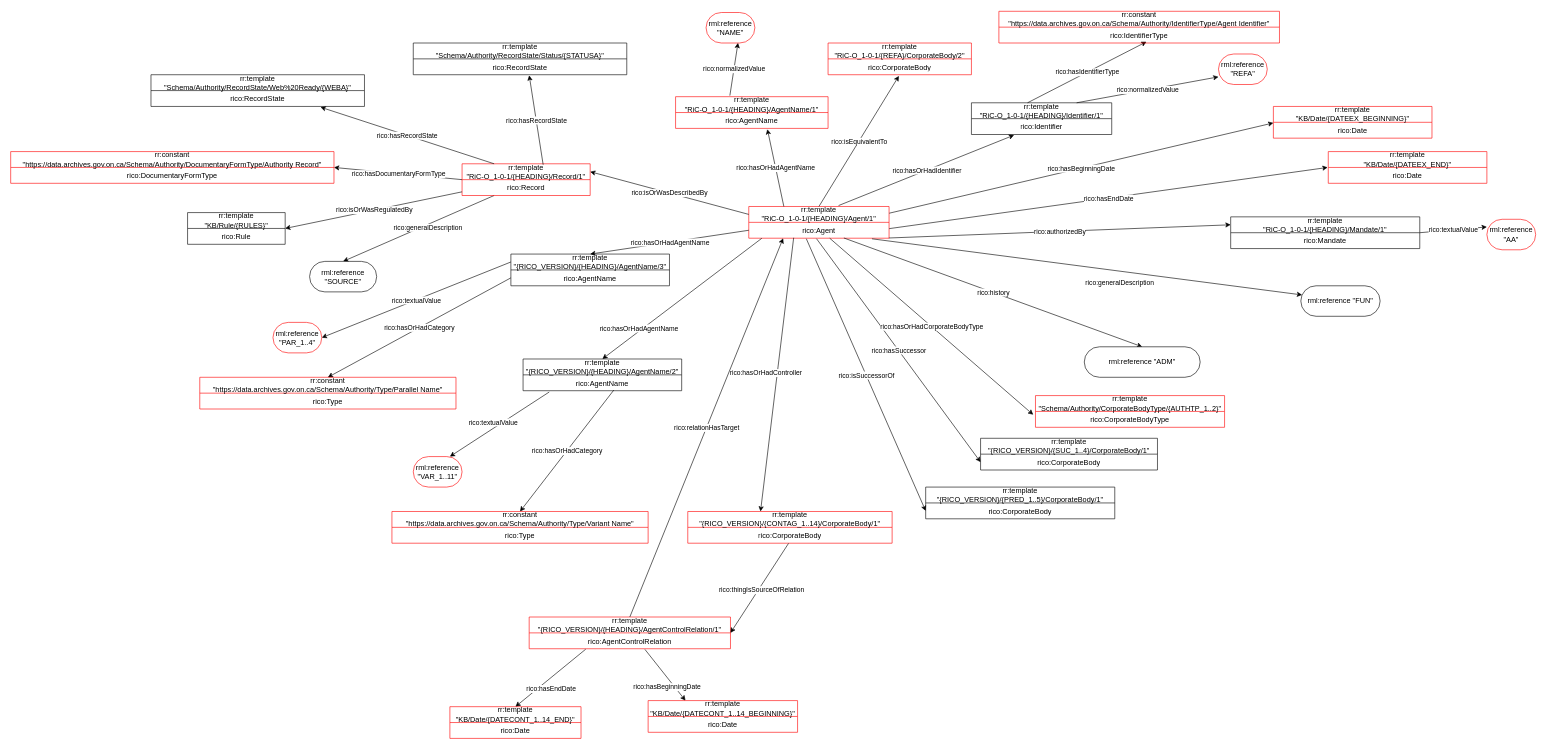
Above: gbad/schema/authority/General Authority to RiC-O Model_2024-10-18_PZ.drawio in gbad-project/records_in_contexts_draw_io_parser (draw.io), before the change. Source tidied: cells renumbered, new cells numbered last; positions are measured from the earlier drawing's top-left corner, leaving out a move shared by most shapes. Both pictures are drawn from the tidied source at 61%, with x=0, y=0 at pixel (10, 11).
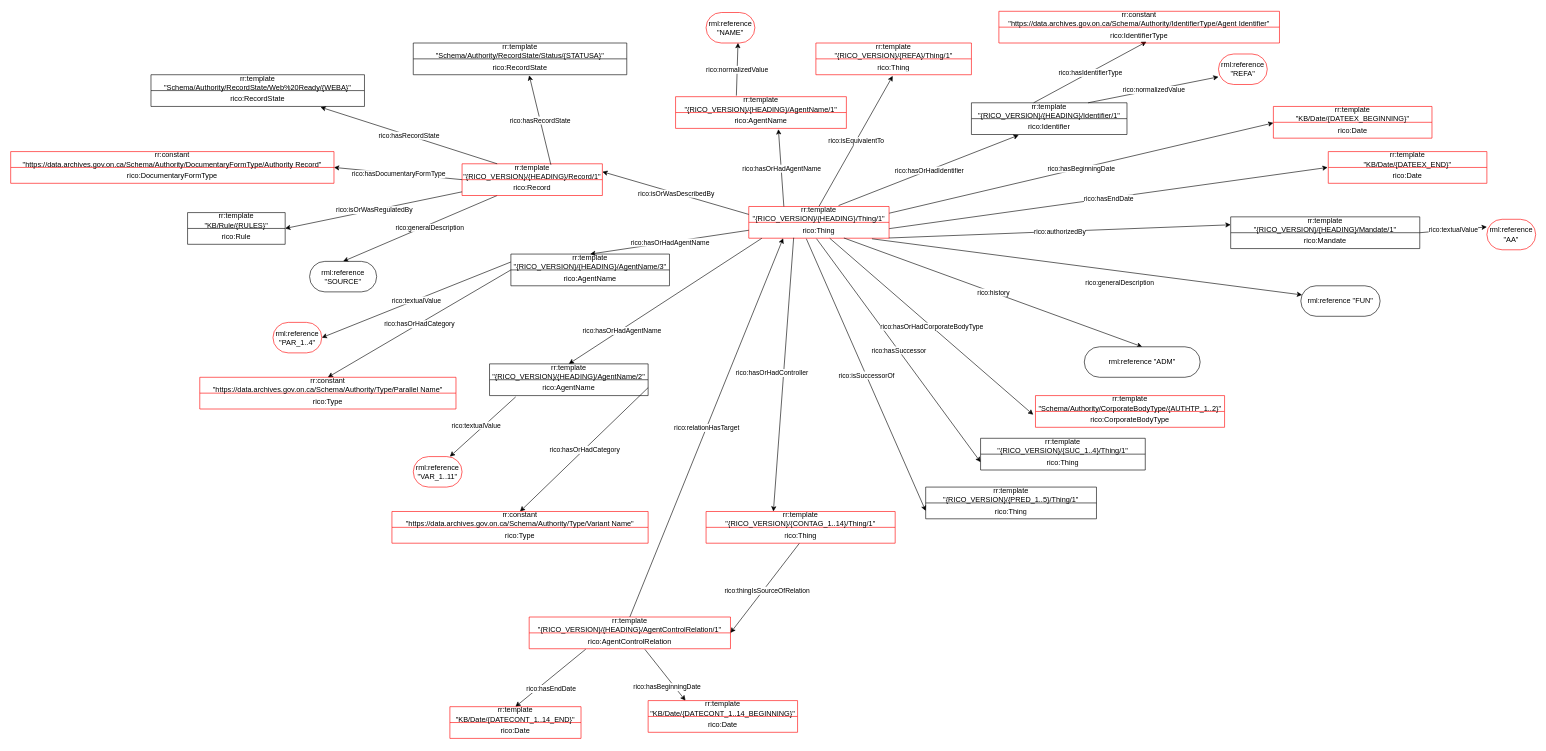
Above is the later version.

Commit message (it also covers changes not shown here):
Polish general authority drawio graph

Enforced {RICO_VERSION}, checked URIs, and set rico:Thing
as class (because different Agents or Place can be generated).

The drawio looks good to me at this point.

The change refers to these unchanged cells:
```xml
<mxCell id="91" value="rico:AgentName&lt;div&gt;&lt;br&gt;&lt;/div&gt;" style="text;strokeColor=none;fillColor=none;align=center;verticalAlign=top;spacingLeft=4;spacingRight=4;overflow=hidden;points=[[0,0.5],[1,0.5]];portConstraint=eastwest;whiteSpace=wrap;html=1;" parent="90" vertex="1">
  <mxGeometry y="26" width="260" height="26" as="geometry" />
</mxCell>
<mxCell id="105" value="&lt;div&gt;&lt;span style=&quot;background-color: initial;&quot;&gt;rr:template&lt;br&gt;&quot;&lt;/span&gt;{RICO_VERSION}&lt;span style=&quot;background-color: initial;&quot;&gt;/&lt;/span&gt;{HEADING}/AgentName/3&quot;&lt;/div&gt;" style="swimlane;fontStyle=0;horizontal=1;startSize=26;fillColor=none;whiteSpace=wrap;html=1;" parent="1" vertex="1">
  <mxGeometry x="820" y="398" width="260" height="52" as="geometry" />
</mxCell>
<mxCell id="106" value="rico:AgentName&lt;div&gt;&lt;br&gt;&lt;/div&gt;" style="text;strokeColor=none;fillColor=none;align=center;verticalAlign=top;spacingLeft=4;spacingRight=4;overflow=hidden;points=[[0,0.5],[1,0.5]];portConstraint=eastwest;whiteSpace=wrap;html=1;" parent="105" vertex="1">
  <mxGeometry y="26" width="260" height="26" as="geometry" />
</mxCell>
<mxCell id="109" value="rr:constant&lt;br&gt;&quot;https://data.archives.gov.on.ca/Schema/Authority/Type/Parallel Name&quot;" style="swimlane;fontStyle=0;horizontal=1;startSize=26;fillColor=none;whiteSpace=wrap;html=1;strokeColor=#FF0000;" parent="1" vertex="1">
  <mxGeometry x="310" y="600" width="420" height="52" as="geometry" />
</mxCell>
<mxCell id="120" value="rr:constant&lt;br&gt;&quot;https://data.archives.gov.on.ca/Schema/Authority/Type/Variant Name&quot;" style="swimlane;fontStyle=0;horizontal=1;startSize=26;fillColor=none;whiteSpace=wrap;html=1;strokeColor=#FF0000;" parent="1" vertex="1">
  <mxGeometry x="625" y="820" width="420" height="52" as="geometry" />
</mxCell>
```

The edit, as a diff of the source:
```diff
@@
-    <mxCell id="2" value="&lt;div&gt;&lt;span style=&quot;background-color: initial;&quot;&gt;rr:template&lt;br&gt;&quot;RiC-O_1-0-1/&lt;/span&gt;{HEADING}/Agent/1&quot;&lt;/div&gt;" style="swimlane;fontStyle=0;horizontal=1;startSize=26;fillColor=none;whiteSpace=wrap;html=1;strokeColor=#FF0000;" parent="1" vertex="1">
+    <mxCell id="2" value="&lt;div&gt;&lt;span style=&quot;background-color: initial;&quot;&gt;rr:template&lt;br&gt;&quot;&lt;/span&gt;{RICO_VERSION}&lt;span style=&quot;background-color: initial;&quot;&gt;/&lt;/span&gt;{HEADING}/Thing/1&quot;&lt;/div&gt;" style="swimlane;fontStyle=0;horizontal=1;startSize=26;fillColor=none;whiteSpace=wrap;html=1;strokeColor=#FF0000;" parent="1" vertex="1">
       <mxGeometry x="1210" y="320" width="230" height="52" as="geometry" />
     </mxCell>
-    <mxCell id="3" value="rico:Agent" style="text;strokeColor=none;fillColor=none;align=center;verticalAlign=top;spacingLeft=4;spacingRight=4;overflow=hidden;points=[[0,0.5],[1,0.5]];portConstraint=eastwest;whiteSpace=wrap;html=1;" parent="2" vertex="1">
+    <mxCell id="3" value="rico:Thing" style="text;strokeColor=none;fillColor=none;align=center;verticalAlign=top;spacingLeft=4;spacingRight=4;overflow=hidden;points=[[0,0.5],[1,0.5]];portConstraint=eastwest;whiteSpace=wrap;html=1;" parent="2" vertex="1">
       <mxGeometry y="26" width="230" height="26" as="geometry" />
     </mxCell>
@@
-    <mxCell id="7" value="&lt;span style=&quot;background-color: initial;&quot;&gt;rr:template&lt;br&gt;&quot;RiC-O_1-0-1/&lt;/span&gt;{HEADING}/Identifier/1&quot;" style="swimlane;fontStyle=0;horizontal=1;startSize=26;fillColor=none;whiteSpace=wrap;html=1;" parent="1" vertex="1">
-      <mxGeometry x="1575" y="150" width="230" height="52" as="geometry" />
+    <mxCell id="7" value="&lt;span style=&quot;background-color: initial;&quot;&gt;rr:template&lt;br&gt;&quot;&lt;/span&gt;{RICO_VERSION}&lt;span style=&quot;background-color: initial;&quot;&gt;/&lt;/span&gt;{HEADING}/Identifier/1&quot;" style="swimlane;fontStyle=0;horizontal=1;startSize=26;fillColor=none;whiteSpace=wrap;html=1;" parent="1" vertex="1">
+      <mxGeometry x="1575" y="150" width="255" height="52" as="geometry" />
     </mxCell>
     <mxCell id="8" value="rico:Identifier&lt;div&gt;&lt;br&gt;&lt;/div&gt;" style="text;strokeColor=none;fillColor=none;align=center;verticalAlign=top;spacingLeft=4;spacingRight=4;overflow=hidden;points=[[0,0.5],[1,0.5]];portConstraint=eastwest;whiteSpace=wrap;html=1;" parent="7" vertex="1">
-      <mxGeometry y="26" width="230" height="26" as="geometry" />
+      <mxGeometry y="26" width="255" height="26" as="geometry" />
     </mxCell>
@@
-    <mxCell id="13" value="&lt;div&gt;&lt;span style=&quot;background-color: initial;&quot;&gt;rr:template&lt;br&gt;&quot;RiC-O_1-0-1/&lt;/span&gt;{HEADING}/AgentName/1&quot;&lt;/div&gt;" style="swimlane;fontStyle=0;horizontal=1;startSize=26;fillColor=none;whiteSpace=wrap;html=1;strokeColor=#FF0000;" parent="1" vertex="1">
-      <mxGeometry x="1090" y="140" width="250" height="52" as="geometry" />
+    <mxCell id="13" value="&lt;div&gt;&lt;span style=&quot;background-color: initial;&quot;&gt;rr:template&lt;br&gt;&quot;&lt;/span&gt;{RICO_VERSION}&lt;span style=&quot;background-color: initial;&quot;&gt;/&lt;/span&gt;{HEADING}/AgentName/1&quot;&lt;/div&gt;" style="swimlane;fontStyle=0;horizontal=1;startSize=26;fillColor=none;whiteSpace=wrap;html=1;strokeColor=#FF0000;" parent="1" vertex="1">
+      <mxGeometry x="1090" y="140" width="280" height="52" as="geometry" />
     </mxCell>
     <mxCell id="14" value="rico:AgentName&lt;div&gt;&lt;br&gt;&lt;/div&gt;" style="text;strokeColor=none;fillColor=none;align=center;verticalAlign=top;spacingLeft=4;spacingRight=4;overflow=hidden;points=[[0,0.5],[1,0.5]];portConstraint=eastwest;whiteSpace=wrap;html=1;" parent="13" vertex="1">
-      <mxGeometry y="26" width="250" height="26" as="geometry" />
+      <mxGeometry y="26" width="280" height="26" as="geometry" />
     </mxCell>
@@
-    <mxCell id="25" value="&lt;span style=&quot;background-color: initial;&quot;&gt;rr:template&lt;br&gt;&quot;RiC-O_1-0-1/&lt;/span&gt;{HEADING}/Mandate/1&quot;" style="swimlane;fontStyle=0;horizontal=1;startSize=26;fillColor=none;whiteSpace=wrap;html=1;" parent="1" vertex="1">
+    <mxCell id="25" value="&lt;span style=&quot;background-color: initial;&quot;&gt;rr:template&lt;br&gt;&quot;&lt;/span&gt;{RICO_VERSION}&lt;span style=&quot;background-color: initial;&quot;&gt;/&lt;/span&gt;{HEADING}/Mandate/1&quot;" style="swimlane;fontStyle=0;horizontal=1;startSize=26;fillColor=none;whiteSpace=wrap;html=1;" parent="1" vertex="1">
       <mxGeometry x="2000" y="337" width="310" height="52" as="geometry" />
     </mxCell>
@@
-    <mxCell id="35" value="&lt;span style=&quot;background-color: initial;&quot;&gt;rr:template&lt;br&gt;&quot;RiC-O_1-0-1/&lt;/span&gt;{HEADING}/Record/1&quot;" style="swimlane;fontStyle=0;horizontal=1;startSize=26;fillColor=none;whiteSpace=wrap;html=1;strokeColor=#FF0000;" parent="1" vertex="1">
-      <mxGeometry x="740" y="250" width="210" height="52" as="geometry" />
+    <mxCell id="35" value="&lt;span style=&quot;background-color: initial;&quot;&gt;rr:template&lt;br&gt;&quot;&lt;/span&gt;{RICO_VERSION}&lt;span style=&quot;background-color: initial;&quot;&gt;/&lt;/span&gt;{HEADING}/Record/1&quot;" style="swimlane;fontStyle=0;horizontal=1;startSize=26;fillColor=none;whiteSpace=wrap;html=1;strokeColor=#FF0000;" parent="1" vertex="1">
+      <mxGeometry x="740" y="250" width="230" height="52" as="geometry" />
     </mxCell>
     <mxCell id="36" value="rico:Record" style="text;strokeColor=none;fillColor=none;align=center;verticalAlign=top;spacingLeft=4;spacingRight=4;overflow=hidden;points=[[0,0.5],[1,0.5]];portConstraint=eastwest;whiteSpace=wrap;html=1;" parent="35" vertex="1">
-      <mxGeometry y="26" width="210" height="26" as="geometry" />
+      <mxGeometry y="26" width="230" height="26" as="geometry" />
     </mxCell>
@@
-    <mxCell id="58" value="rr:template&lt;br&gt;&lt;span style=&quot;background-color: initial;&quot;&gt;&quot;RiC-O_1-0-1/{REFA}/CorporateBody/2&quot;&lt;/span&gt;" style="swimlane;fontStyle=0;horizontal=1;startSize=26;fillColor=none;whiteSpace=wrap;html=1;strokeColor=#FF0000;" parent="1" vertex="1">
-      <mxGeometry x="1340" y="52" width="235" height="52" as="geometry" />
+    <mxCell id="58" value="rr:template&lt;br&gt;&lt;span style=&quot;background-color: initial;&quot;&gt;&quot;&lt;/span&gt;{RICO_VERSION}&lt;span style=&quot;background-color: initial;&quot;&gt;/{REFA}/Thing/1&quot;&lt;/span&gt;" style="swimlane;fontStyle=0;horizontal=1;startSize=26;fillColor=none;whiteSpace=wrap;html=1;strokeColor=#FF0000;" parent="1" vertex="1">
+      <mxGeometry x="1320" y="52" width="255" height="52" as="geometry" />
     </mxCell>
-    <mxCell id="59" value="rico:CorporateBody" style="text;strokeColor=none;fillColor=none;align=center;verticalAlign=top;spacingLeft=4;spacingRight=4;overflow=hidden;points=[[0,0.5],[1,0.5]];portConstraint=eastwest;whiteSpace=wrap;html=1;" parent="58" vertex="1">
-      <mxGeometry y="26" width="235" height="26" as="geometry" />
+    <mxCell id="59" value="rico:Thing" style="text;strokeColor=none;fillColor=none;align=center;verticalAlign=top;spacingLeft=4;spacingRight=4;overflow=hidden;points=[[0,0.5],[1,0.5]];portConstraint=eastwest;whiteSpace=wrap;html=1;" parent="58" vertex="1">
+      <mxGeometry y="26" width="255" height="26" as="geometry" />
     </mxCell>
@@
-    <mxCell id="72" value="rr:template&lt;div&gt;&quot;{RICO_VERSION}/{CONTAG_1..14}/CorporateBody/1&quot;&lt;/div&gt;" style="swimlane;fontStyle=0;horizontal=1;startSize=26;fillColor=none;whiteSpace=wrap;html=1;strokeColor=#FF0000;" parent="1" vertex="1">
-      <mxGeometry x="1110" y="820" width="335" height="52" as="geometry" />
+    <mxCell id="72" value="rr:template&lt;div&gt;&quot;{RICO_VERSION}/{CONTAG_1..14}/Thing/1&quot;&lt;/div&gt;" style="swimlane;fontStyle=0;horizontal=1;startSize=26;fillColor=none;whiteSpace=wrap;html=1;strokeColor=#FF0000;" parent="1" vertex="1">
+      <mxGeometry x="1140" y="820" width="310" height="52" as="geometry" />
     </mxCell>
-    <mxCell id="73" value="rico:CorporateBody" style="text;strokeColor=none;fillColor=none;align=center;verticalAlign=top;spacingLeft=4;spacingRight=4;overflow=hidden;points=[[0,0.5],[1,0.5]];portConstraint=eastwest;whiteSpace=wrap;html=1;" parent="72" vertex="1">
-      <mxGeometry y="26" width="335" height="26" as="geometry" />
+    <mxCell id="73" value="rico:Thing" style="text;strokeColor=none;fillColor=none;align=center;verticalAlign=top;spacingLeft=4;spacingRight=4;overflow=hidden;points=[[0,0.5],[1,0.5]];portConstraint=eastwest;whiteSpace=wrap;html=1;" parent="72" vertex="1">
+      <mxGeometry y="26" width="310" height="26" as="geometry" />
     </mxCell>
@@
     <mxCell id="90" value="&lt;div&gt;&lt;span style=&quot;background-color: initial;&quot;&gt;rr:template&lt;br&gt;&quot;&lt;/span&gt;{RICO_VERSION}&lt;span style=&quot;background-color: initial;&quot;&gt;/&lt;/span&gt;{HEADING}/AgentName/2&quot;&lt;/div&gt;" style="swimlane;fontStyle=0;horizontal=1;startSize=26;fillColor=none;whiteSpace=wrap;html=1;" parent="1" vertex="1">
-      <mxGeometry x="840" y="570" width="260" height="52" as="geometry" />
+      <mxGeometry x="785" y="578" width="260" height="52" as="geometry" />
     </mxCell>
@@
-    <mxCell id="97" value="&lt;div&gt;&lt;span style=&quot;background-color: initial;&quot;&gt;rr:template&lt;br&gt;&lt;/span&gt;&lt;span style=&quot;background-color: initial;&quot;&gt;&quot;&lt;/span&gt;{RICO_VERSION}&lt;span style=&quot;background-color: initial;&quot;&gt;/&lt;/span&gt;&lt;span style=&quot;background-color: initial;&quot;&gt;{&lt;/span&gt;PRED_1..5&lt;span style=&quot;background-color: initial;&quot;&gt;}/CorporateBody/1&quot;&lt;/span&gt;&lt;/div&gt;" style="swimlane;fontStyle=0;horizontal=1;startSize=26;fillColor=none;whiteSpace=wrap;html=1;strokeColor=#000000;" parent="1" vertex="1">
-      <mxGeometry x="1500" y="780" width="310" height="52" as="geometry" />
+    <mxCell id="97" value="&lt;div&gt;&lt;span style=&quot;background-color: initial;&quot;&gt;rr:template&lt;br&gt;&lt;/span&gt;&lt;span style=&quot;background-color: initial;&quot;&gt;&quot;&lt;/span&gt;{RICO_VERSION}&lt;span style=&quot;background-color: initial;&quot;&gt;/&lt;/span&gt;&lt;span style=&quot;background-color: initial;&quot;&gt;{&lt;/span&gt;PRED_1..5&lt;span style=&quot;background-color: initial;&quot;&gt;}/Thing/1&quot;&lt;/span&gt;&lt;/div&gt;" style="swimlane;fontStyle=0;horizontal=1;startSize=26;fillColor=none;whiteSpace=wrap;html=1;strokeColor=#000000;" parent="1" vertex="1">
+      <mxGeometry x="1500" y="780" width="280" height="52" as="geometry" />
     </mxCell>
-    <mxCell id="98" value="rico:CorporateBody" style="text;strokeColor=none;fillColor=none;align=center;verticalAlign=top;spacingLeft=4;spacingRight=4;overflow=hidden;points=[[0,0.5],[1,0.5]];portConstraint=eastwest;whiteSpace=wrap;html=1;" parent="97" vertex="1">
-      <mxGeometry y="26" width="310" height="26" as="geometry" />
+    <mxCell id="98" value="rico:Thing" style="text;strokeColor=none;fillColor=none;align=center;verticalAlign=top;spacingLeft=4;spacingRight=4;overflow=hidden;points=[[0,0.5],[1,0.5]];portConstraint=eastwest;whiteSpace=wrap;html=1;" parent="97" vertex="1">
+      <mxGeometry y="26" width="280" height="26" as="geometry" />
     </mxCell>
@@
-    <mxCell id="101" value="&lt;span style=&quot;background-color: initial;&quot;&gt;rr:template&lt;br&gt;&lt;/span&gt;&lt;div&gt;&lt;span style=&quot;background-color: initial;&quot;&gt;&quot;{RICO_VERSION}/&lt;/span&gt;&lt;span style=&quot;background-color: initial;&quot;&gt;{&lt;/span&gt;SUC_1..4&lt;span style=&quot;background-color: initial;&quot;&gt;}/CorporateBody/1&quot;&lt;/span&gt;&lt;/div&gt;" style="swimlane;fontStyle=0;horizontal=1;startSize=26;fillColor=none;whiteSpace=wrap;html=1;strokeColor=#000000;" parent="1" vertex="1">
-      <mxGeometry x="1590" y="700" width="290" height="52" as="geometry" />
+    <mxCell id="101" value="&lt;span style=&quot;background-color: initial;&quot;&gt;rr:template&lt;br&gt;&lt;/span&gt;&lt;div&gt;&lt;span style=&quot;background-color: initial;&quot;&gt;&quot;{RICO_VERSION}/&lt;/span&gt;&lt;span style=&quot;background-color: initial;&quot;&gt;{&lt;/span&gt;SUC_1..4&lt;span style=&quot;background-color: initial;&quot;&gt;}/Thing/1&quot;&lt;/span&gt;&lt;/div&gt;" style="swimlane;fontStyle=0;horizontal=1;startSize=26;fillColor=none;whiteSpace=wrap;html=1;strokeColor=#000000;" parent="1" vertex="1">
+      <mxGeometry x="1590" y="700" width="270" height="52" as="geometry" />
     </mxCell>
-    <mxCell id="102" value="rico:CorporateBody" style="text;strokeColor=none;fillColor=none;align=center;verticalAlign=top;spacingLeft=4;spacingRight=4;overflow=hidden;points=[[0,0.5],[1,0.5]];portConstraint=eastwest;whiteSpace=wrap;html=1;" parent="101" vertex="1">
-      <mxGeometry y="26" width="290" height="26" as="geometry" />
+    <mxCell id="102" value="rico:Thing" style="text;strokeColor=none;fillColor=none;align=center;verticalAlign=top;spacingLeft=4;spacingRight=4;overflow=hidden;points=[[0,0.5],[1,0.5]];portConstraint=eastwest;whiteSpace=wrap;html=1;" parent="101" vertex="1">
+      <mxGeometry y="26" width="270" height="26" as="geometry" />
     </mxCell>
@@
-    <mxCell id="107" style="endArrow=classic;html=1;rounded=0;entryX=0.5;entryY=0;entryDx=0;entryDy=0;exitX=0;exitY=0.5;exitDx=0;exitDy=0;" parent="1" edge="1" source="106" target="109">
+    <mxCell id="107" style="endArrow=classic;html=1;rounded=0;entryX=0.5;entryY=0;entryDx=0;entryDy=0;exitX=0;exitY=0.5;exitDx=0;exitDy=0;" parent="1" edge="1" source="105" target="109">
       <mxGeometry relative="1" as="geometry" />
     </mxCell>
@@
-    <mxCell id="118" style="endArrow=classic;html=1;rounded=0;exitX=0.572;exitY=0.962;exitDx=0;exitDy=0;entryX=0.5;entryY=0;entryDx=0;entryDy=0;exitPerimeter=0;" parent="1" edge="1" source="91" target="120">
+    <mxCell id="118" style="endArrow=classic;html=1;rounded=0;exitX=1;exitY=0.5;exitDx=0;exitDy=0;entryX=0.5;entryY=0;entryDx=0;entryDy=0;" parent="1" edge="1" source="91" target="120">
       <mxGeometry relative="1" as="geometry" />
     </mxCell>
```
